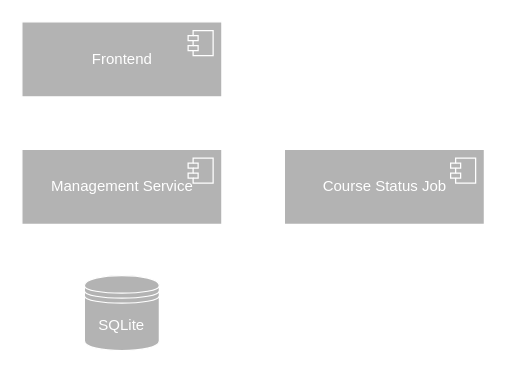
Above: Web/ManagementSystem/Backend/doc/image/architecture.drawio in SolarSword/CourseProject (draw.io), before the change. Source tidied: cells renumbered, new cells numbered last; positions are measured from the earlier drawing's top-left corner, leaving out a move shared by most shapes. Both pictures are drawn from the tidied source at 125%, with x=0, y=0 at pixel (21, 21).
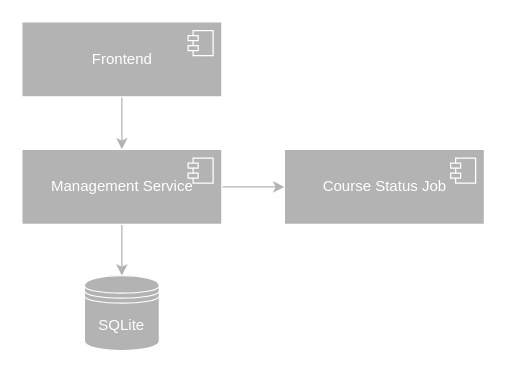
After the change.

Commit message (it also covers changes not shown here):
add more data table schema and first sqlite

Diff of the diagram source:
```diff
@@
 <mxGraphModel>
   <root>
     <mxCell id="0" />
     <mxCell id="1" parent="0" />
-    <mxCell id="2" style="edgeStyle=none;html=1;exitX=0.5;exitY=1;exitDx=0;exitDy=0;entryX=0.5;entryY=0;entryDx=0;entryDy=0;fontColor=#FFFFFF;strokeColor=#FFFFFF;" parent="1" edge="1" source="4" target="6">
+    <mxCell id="2" style="edgeStyle=none;html=1;exitX=0.5;exitY=1;exitDx=0;exitDy=0;entryX=0.5;entryY=0;entryDx=0;entryDy=0;fontColor=#FFFFFF;strokeColor=#B3B3B3;" parent="1" edge="1" source="4" target="6">
       <mxGeometry relative="1" as="geometry" />
     </mxCell>
-    <mxCell id="3" style="edgeStyle=none;html=1;exitX=1;exitY=0.5;exitDx=0;exitDy=0;entryX=0;entryY=0.5;entryDx=0;entryDy=0;strokeColor=#FFFFFF;fontColor=#FFFFFF;" parent="1" edge="1" source="4" target="10">
+    <mxCell id="3" style="edgeStyle=none;html=1;exitX=1;exitY=0.5;exitDx=0;exitDy=0;entryX=0;entryY=0.5;entryDx=0;entryDy=0;strokeColor=#B3B3B3;fontColor=#FFFFFF;" parent="1" edge="1" source="4" target="10">
       <mxGeometry relative="1" as="geometry" />
     </mxCell>
     <mxCell id="4" value="Management Service" style="html=1;fillColor=#B3B3B3;fontColor=#FFFFFF;strokeColor=#FFFFFF;" parent="1" vertex="1">
       <mxGeometry y="102" width="160" height="60" as="geometry" />
     </mxCell>
     <mxCell id="5" style="shape=module;jettyWidth=8;jettyHeight=4;fillColor=#B3B3B3;strokeColor=#FFFFFF;" parent="4" vertex="1">
       <mxGeometry x="1" width="20" height="20" relative="1" as="geometry">
         <mxPoint x="-27" y="7" as="offset" />
       </mxGeometry>
     </mxCell>
     <mxCell id="6" value="SQLite" style="shape=datastore;whiteSpace=wrap;html=1;strokeColor=#FFFFFF;fontColor=#FFFFFF;fillColor=#B3B3B3;" parent="1" vertex="1">
       <mxGeometry x="50" y="203" width="60" height="60" as="geometry" />
     </mxCell>
-    <mxCell id="7" style="edgeStyle=none;html=1;exitX=0.5;exitY=1;exitDx=0;exitDy=0;entryX=0.5;entryY=0;entryDx=0;entryDy=0;fontColor=#FFFFFF;strokeColor=#FFFFFF;" parent="1" edge="1" source="8" target="4">
-      <mxGeometry relative="1" as="geometry" />
+    <mxCell id="7" style="edgeStyle=none;html=1;entryX=0.5;entryY=0;entryDx=0;entryDy=0;fontColor=#FFFFFF;strokeColor=#B3B3B3;" parent="1" edge="1" target="4">
+      <mxGeometry relative="1" as="geometry">
+        <mxPoint x="80" y="60" as="sourcePoint" />
+      </mxGeometry>
     </mxCell>
     <mxCell id="8" value="Frontend" style="html=1;fillColor=#B3B3B3;fontColor=#FFFFFF;strokeColor=#FFFFFF;" parent="1" vertex="1">
       <mxGeometry width="160" height="60" as="geometry" />
     </mxCell>
     <mxCell id="9" style="shape=module;jettyWidth=8;jettyHeight=4;fillColor=#B3B3B3;strokeColor=#FFFFFF;" parent="8" vertex="1">
       <mxGeometry x="1" width="20" height="20" relative="1" as="geometry">
         <mxPoint x="-27" y="7" as="offset" />
       </mxGeometry>
     </mxCell>
     <mxCell id="10" value="Course Status Job" style="html=1;fillColor=#B3B3B3;fontColor=#FFFFFF;strokeColor=#FFFFFF;" parent="1" vertex="1">
       <mxGeometry x="210" y="102" width="160" height="60" as="geometry" />
     </mxCell>
     <mxCell id="11" style="shape=module;jettyWidth=8;jettyHeight=4;fillColor=#B3B3B3;strokeColor=#FFFFFF;" parent="10" vertex="1">
       <mxGeometry x="1" width="20" height="20" relative="1" as="geometry">
         <mxPoint x="-27" y="7" as="offset" />
       </mxGeometry>
     </mxCell>
   </root>
 </mxGraphModel>
```
